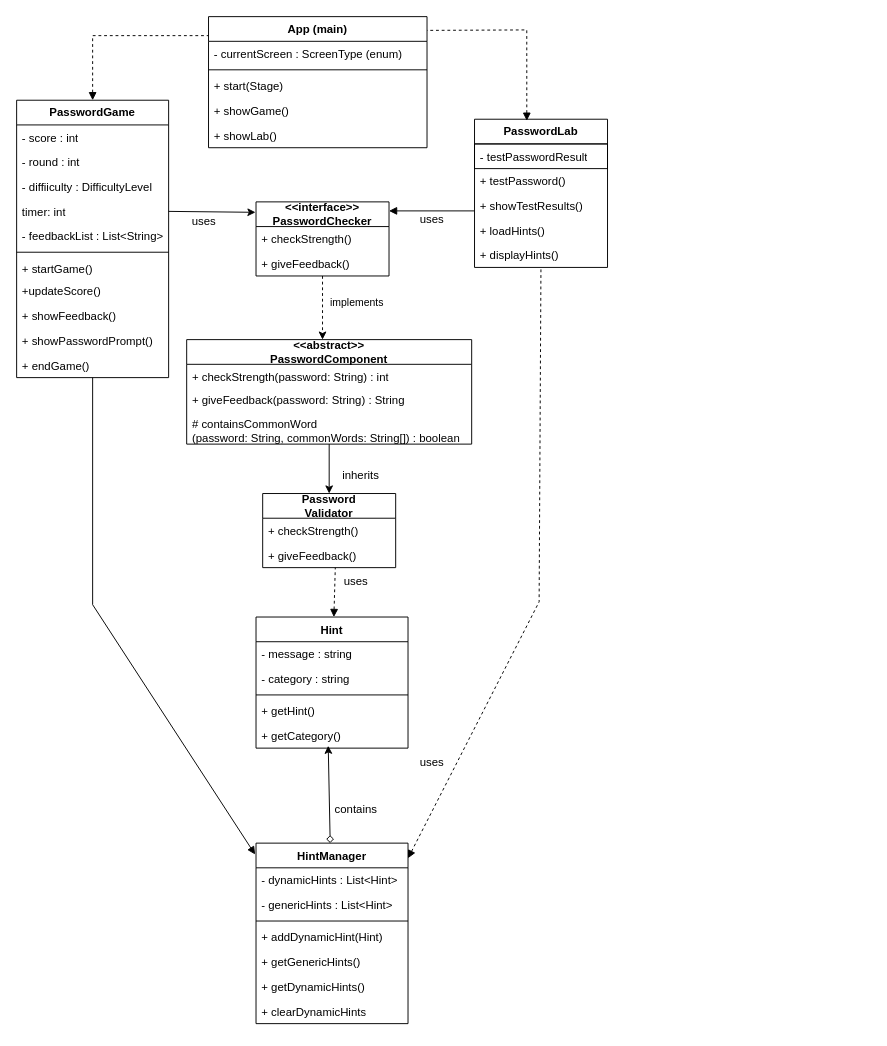
Above: docs/Password Factory UML.drawio in Flareprime/PasswordFactory (draw.io), before the change. Source tidied: cells renumbered, new cells numbered last; positions are measured from the earlier drawing's top-left corner, leaving out a move shared by most shapes. Both pictures are drawn from the tidied source at 95%, with x=0, y=0 at pixel (16, 16).
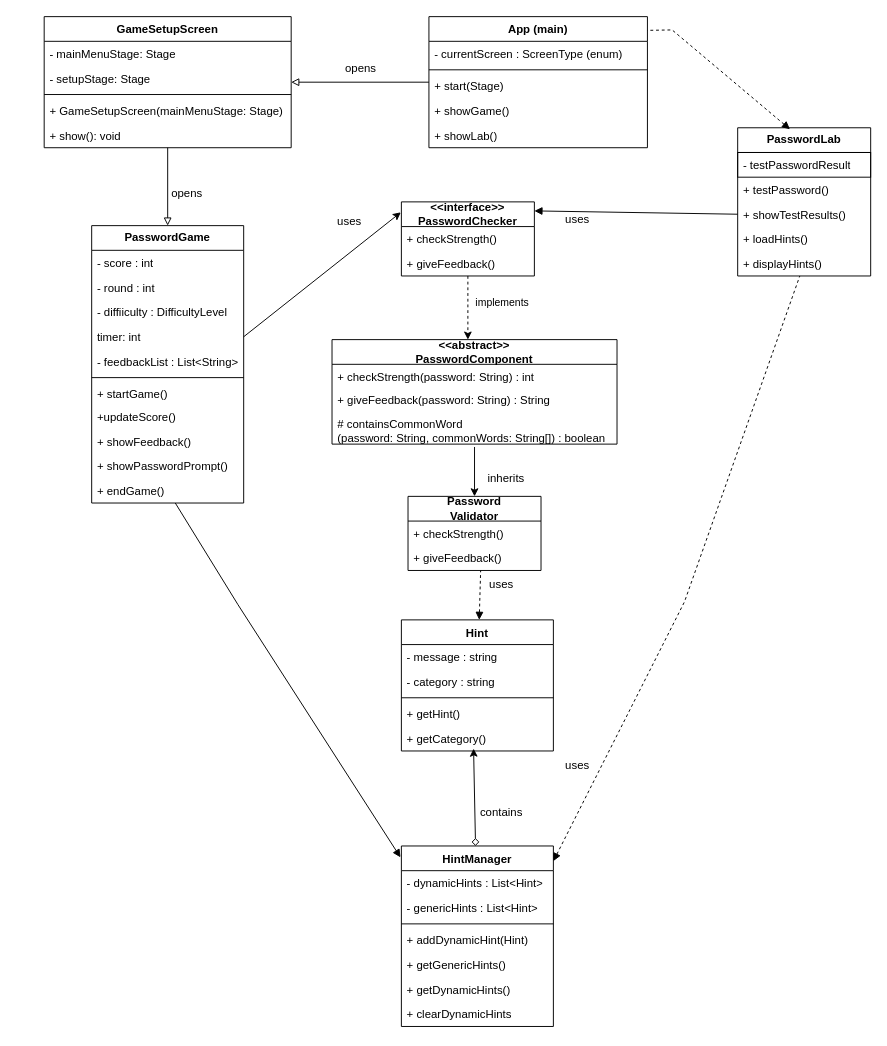
Above is the later version.

Unchanged cells that the change refers to:
```xml
<mxCell id="13" value="+ endGame()" style="text;strokeColor=none;fillColor=none;align=left;verticalAlign=top;spacingLeft=4;spacingRight=4;overflow=hidden;points=[[0,0.5],[1,0.5]];portConstraint=eastwest;whiteSpace=wrap;html=1;" parent="2" vertex="1">
  <mxGeometry y="266" width="160" height="26" as="geometry" />
</mxCell>
<mxCell id="17" value="+ showTestResults()" style="text;strokeColor=none;fillColor=none;align=left;verticalAlign=top;spacingLeft=4;spacingRight=4;overflow=hidden;points=[[0,0.5],[1,0.5]];portConstraint=eastwest;whiteSpace=wrap;html=1;" parent="14" vertex="1">
  <mxGeometry y="78" width="140" height="26" as="geometry" />
</mxCell>
<mxCell id="19" value="+ displayHints()" style="text;strokeColor=none;fillColor=none;align=left;verticalAlign=top;spacingLeft=4;spacingRight=4;overflow=hidden;points=[[0,0.5],[1,0.5]];portConstraint=eastwest;whiteSpace=wrap;html=1;" parent="14" vertex="1">
  <mxGeometry y="130" width="140" height="26" as="geometry" />
</mxCell>
<mxCell id="64" value="# containsCommonWord&lt;br&gt;(&lt;span class=&quot;hljs-keyword&quot;&gt;password&lt;/span&gt;: String, commonWords: String[]) : &lt;span class=&quot;hljs-type&quot;&gt;boolean&lt;/span&gt;" style="text;strokeColor=none;fillColor=none;align=left;verticalAlign=top;spacingLeft=4;spacingRight=4;overflow=hidden;points=[[0,0.5],[1,0.5]];portConstraint=eastwest;whiteSpace=wrap;html=1;" parent="61" vertex="1">
  <mxGeometry y="76" width="300" height="34" as="geometry" />
</mxCell>
```

Change to the diagram source:
```diff
@@
     <mxCell id="2" value="&lt;b&gt;PasswordGame&lt;/b&gt;" style="swimlane;fontStyle=0;horizontal=1;startSize=26;fillColor=none;whiteSpace=wrap;html=1;swimlaneLine=1;" parent="1" vertex="1">
-      <mxGeometry y="88" width="160" height="292" as="geometry" />
+      <mxGeometry x="79" y="220" width="160" height="292" as="geometry" />
     </mxCell>
@@
     <mxCell id="14" value="&lt;b&gt;PasswordLab&lt;/b&gt;" style="swimlane;fontStyle=0;horizontal=1;startSize=26;fillColor=none;whiteSpace=wrap;html=1;" parent="1" vertex="1">
-      <mxGeometry x="482" y="108" width="140" height="156" as="geometry" />
+      <mxGeometry x="759" y="117" width="140" height="156" as="geometry" />
     </mxCell>
@@
-    <mxCell id="20" style="endArrow=none;dashed=1;html=1;rounded=0;exitX=0.5;exitY=0;exitDx=0;exitDy=0;strokeWidth=1;startArrow=block;startFill=1;entryX=0.022;entryY=0.145;entryDx=0;entryDy=0;entryPerimeter=0;" parent="1" edge="1" source="2" target="28">
-      <mxGeometry relative="1" as="geometry">
-        <Array as="points">
-          <mxPoint x="80" y="20" />
-        </Array>
-      </mxGeometry>
-    </mxCell>
     <mxCell id="21" style="endArrow=none;dashed=1;html=1;rounded=0;exitX=0.393;exitY=0.01;exitDx=0;exitDy=0;strokeWidth=1;exitPerimeter=0;startArrow=block;startFill=1;entryX=0.993;entryY=0.105;entryDx=0;entryDy=0;entryPerimeter=0;" parent="1" edge="1" source="14" target="28">
       <mxGeometry relative="1" as="geometry">
         <Array as="points">
-          <mxPoint x="537" y="14" />
+          <mxPoint x="690" y="14" />
         </Array>
       </mxGeometry>
     </mxCell>
     <mxCell id="22" value="&lt;b&gt;&amp;lt;&amp;lt;interface&amp;gt;&amp;gt;&lt;br&gt;PasswordChecker&lt;/b&gt;" style="swimlane;fontStyle=0;horizontal=1;startSize=26;fillColor=none;whiteSpace=wrap;html=1;labelPadding=8;" parent="1" vertex="1">
-      <mxGeometry x="252" y="195" width="140" height="78" as="geometry" />
+      <mxGeometry x="405" y="195" width="140" height="78" as="geometry" />
     </mxCell>
@@
-    <mxCell id="25" style="endArrow=none;html=1;rounded=0;exitX=1;exitY=0.25;exitDx=0;exitDy=0;startArrow=block;startFill=1;strokeWidth=1;entryX=0;entryY=0.096;entryDx=0;entryDy=0;entryPerimeter=0;" parent="1" edge="1">
+    <mxCell id="25" style="endArrow=none;html=1;rounded=0;exitX=1;exitY=0.25;exitDx=0;exitDy=0;startArrow=block;startFill=1;strokeWidth=1;entryX=0;entryY=0.5;entryDx=0;entryDy=0;" parent="1" edge="1" target="17">
       <mxGeometry relative="1" as="geometry">
-        <mxPoint x="392" y="204.5" as="sourcePoint" />
-        <mxPoint x="482" y="204.5" as="targetPoint" />
+        <mxPoint x="545" y="204.5" as="sourcePoint" />
       </mxGeometry>
     </mxCell>
     <mxCell id="26" value="uses" style="text;html=1;align=center;verticalAlign=middle;strokeColor=none;fillColor=none;" parent="1" vertex="1">
-      <mxGeometry x="172" y="201" width="50" height="30" as="geometry" />
+      <mxGeometry x="325" y="201" width="50" height="30" as="geometry" />
     </mxCell>
     <mxCell id="27" value="uses" style="text;html=1;align=center;verticalAlign=middle;strokeColor=none;fillColor=none;" parent="1" vertex="1">
-      <mxGeometry x="412" y="199" width="50" height="30" as="geometry" />
+      <mxGeometry x="565" y="199" width="50" height="30" as="geometry" />
     </mxCell>
     <mxCell id="28" value="App (main)" style="swimlane;fontStyle=1;align=center;verticalAlign=top;horizontal=1;startSize=26;whiteSpace=wrap;html=1;" parent="1" vertex="1">
-      <mxGeometry x="202" width="230" height="138" as="geometry" />
+      <mxGeometry x="434" width="230" height="138" as="geometry" />
     </mxCell>
@@
     <mxCell id="34" value="&lt;b&gt;Password&lt;br&gt;Validator&lt;/b&gt;" style="swimlane;fontStyle=0;horizontal=1;startSize=26;fillColor=none;whiteSpace=wrap;html=1;" parent="1" vertex="1">
-      <mxGeometry x="259" y="502" width="140" height="78" as="geometry" />
+      <mxGeometry x="412" y="505" width="140" height="78" as="geometry" />
     </mxCell>
@@
     <mxCell id="37" style="endArrow=classic;html=1;rounded=0;dashed=1;" parent="1" edge="1" source="22">
       <mxGeometry relative="1" as="geometry">
-        <mxPoint x="322" y="340" as="targetPoint" />
+        <mxPoint x="475" y="340" as="targetPoint" />
       </mxGeometry>
     </mxCell>
@@
     <mxCell id="40" value="Hint" style="swimlane;fontStyle=1;align=center;verticalAlign=top;horizontal=1;startSize=26;whiteSpace=wrap;html=1;" parent="1" vertex="1">
-      <mxGeometry x="252" y="632" width="160" height="138" as="geometry" />
+      <mxGeometry x="405" y="635" width="160" height="138" as="geometry" />
     </mxCell>
@@
     <mxCell id="46" value="HintManager" style="swimlane;fontStyle=1;align=center;verticalAlign=top;horizontal=1;startSize=26;whiteSpace=wrap;html=1;" parent="1" vertex="1">
-      <mxGeometry x="252" y="870" width="160" height="190" as="geometry" />
+      <mxGeometry x="405" y="873" width="160" height="190" as="geometry" />
     </mxCell>
@@
     <mxCell id="55" value="uses" style="text;html=1;align=center;verticalAlign=middle;strokeColor=none;fillColor=none;" parent="1" vertex="1">
-      <mxGeometry x="332" y="580" width="50" height="30" as="geometry" />
+      <mxGeometry x="485" y="583" width="50" height="30" as="geometry" />
     </mxCell>
@@
     <mxCell id="57" style="endArrow=none;dashed=1;html=1;rounded=0;exitX=1;exitY=0.084;exitDx=0;exitDy=0;exitPerimeter=0;startArrow=block;startFill=1;" parent="1" edge="1" source="46" target="19">
       <mxGeometry relative="1" as="geometry">
         <Array as="points">
-          <mxPoint x="550" y="616" />
+          <mxPoint x="703" y="616" />
         </Array>
       </mxGeometry>
     </mxCell>
     <mxCell id="58" value="uses" style="text;html=1;align=center;verticalAlign=middle;strokeColor=none;fillColor=none;" parent="1" vertex="1">
-      <mxGeometry x="412" y="770" width="50" height="30" as="geometry" />
+      <mxGeometry x="565" y="773" width="50" height="30" as="geometry" />
     </mxCell>
     <mxCell id="59" style="endArrow=none;html=1;rounded=0;exitX=-0.006;exitY=0.063;exitDx=0;exitDy=0;exitPerimeter=0;startArrow=block;startFill=1;" parent="1" edge="1" source="46" target="13">
       <mxGeometry relative="1" as="geometry">
         <Array as="points">
-          <mxPoint x="80" y="619" />
+          <mxPoint x="233" y="619" />
         </Array>
       </mxGeometry>
     </mxCell>
     <mxCell id="60" value="contains" style="text;html=1;align=center;verticalAlign=middle;strokeColor=none;fillColor=none;" parent="1" vertex="1">
-      <mxGeometry x="322" y="820" width="70" height="30" as="geometry" />
+      <mxGeometry x="475" y="823" width="70" height="30" as="geometry" />
     </mxCell>
     <mxCell id="61" value="&lt;b&gt;&amp;lt;&amp;lt;abstract&amp;gt;&amp;gt;&lt;br&gt;PasswordComponent&lt;/b&gt;" style="swimlane;fontStyle=0;horizontal=1;startSize=26;fillColor=none;whiteSpace=wrap;html=1;" parent="1" vertex="1">
-      <mxGeometry x="179" y="340" width="300" height="110" as="geometry" />
+      <mxGeometry x="332" y="340" width="300" height="110" as="geometry" />
     </mxCell>
@@
-    <mxCell id="65" style="endArrow=classic;html=1;rounded=0;" parent="1" edge="1" source="64" target="34">
-      <mxGeometry relative="1" as="geometry" />
+    <mxCell id="65" style="endArrow=classic;html=1;rounded=0;" parent="1" edge="1" target="34">
+      <mxGeometry relative="1" as="geometry">
+        <mxPoint x="482" y="453" as="sourcePoint" />
+      </mxGeometry>
     </mxCell>
     <mxCell id="66" value="inherits" style="text;html=1;align=center;verticalAlign=middle;strokeColor=none;fillColor=none;" parent="1" vertex="1">
-      <mxGeometry x="332" y="468" width="60" height="30" as="geometry" />
+      <mxGeometry x="485" y="471" width="60" height="30" as="geometry" />
     </mxCell>
+    <mxCell id="67" value="GameSetupScreen" style="swimlane;fontStyle=1;align=center;verticalAlign=top;horizontal=1;startSize=26;whiteSpace=wrap;html=1;" parent="1" vertex="1">
+      <mxGeometry x="29" width="260" height="138" as="geometry" />
+    </mxCell>
+    <mxCell id="68" value="- mainMenuStage: Stage" style="text;strokeColor=none;fillColor=none;align=left;verticalAlign=top;spacingLeft=4;spacingRight=4;overflow=hidden;whiteSpace=wrap;html=1;" parent="67" vertex="1">
+      <mxGeometry y="26" width="260" height="26" as="geometry" />
+    </mxCell>
+    <mxCell id="69" value="- setupStage: Stage" style="text;strokeColor=none;fillColor=none;align=left;verticalAlign=top;spacingLeft=4;spacingRight=4;overflow=hidden;whiteSpace=wrap;html=1;" parent="67" vertex="1">
+      <mxGeometry y="52" width="260" height="26" as="geometry" />
+    </mxCell>
+    <mxCell id="70" style="line;strokeWidth=1;fillColor=none;align=left;verticalAlign=middle;spacingTop=-1;spacingLeft=3;spacingRight=3;labelPosition=right;strokeColor=inherit;" parent="67" vertex="1">
+      <mxGeometry y="78" width="260" height="8" as="geometry" />
+    </mxCell>
+    <mxCell id="71" value="+ GameSetupScreen(mainMenuStage: Stage)" style="text;strokeColor=none;fillColor=none;align=left;verticalAlign=top;spacingLeft=4;spacingRight=4;overflow=hidden;whiteSpace=wrap;html=1;" parent="67" vertex="1">
+      <mxGeometry y="86" width="260" height="26" as="geometry" />
+    </mxCell>
+    <mxCell id="72" value="+ show(): void" style="text;strokeColor=none;fillColor=none;align=left;verticalAlign=top;spacingLeft=4;spacingRight=4;overflow=hidden;whiteSpace=wrap;html=1;" parent="67" vertex="1">
+      <mxGeometry y="112" width="260" height="26" as="geometry" />
+    </mxCell>
+    <mxCell id="73" style="endArrow=block;html=1;rounded=0;endFill=0;" parent="1" edge="1" source="28" target="67">
+      <mxGeometry relative="1" as="geometry" />
+    </mxCell>
+    <mxCell id="74" value="opens" style="text;html=1;align=center;verticalAlign=middle;strokeColor=none;fillColor=none;" parent="1" vertex="1">
+      <mxGeometry x="332" y="40" width="60" height="30" as="geometry" />
+    </mxCell>
+    <mxCell id="75" style="endArrow=block;html=1;rounded=0;endFill=0;" parent="1" edge="1" source="67" target="2">
+      <mxGeometry relative="1" as="geometry" />
+    </mxCell>
+    <mxCell id="76" value="opens" style="text;html=1;align=center;verticalAlign=middle;strokeColor=none;fillColor=none;" parent="1" vertex="1">
+      <mxGeometry x="149" y="171" width="60" height="30" as="geometry" />
+    </mxCell>
```
